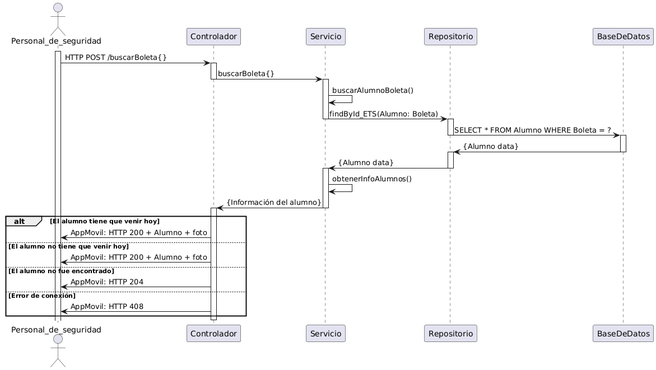
Before: Secuencia/CU-13.png, a diagram exported from PlantUML (Jajr16/DocumentacionTT).
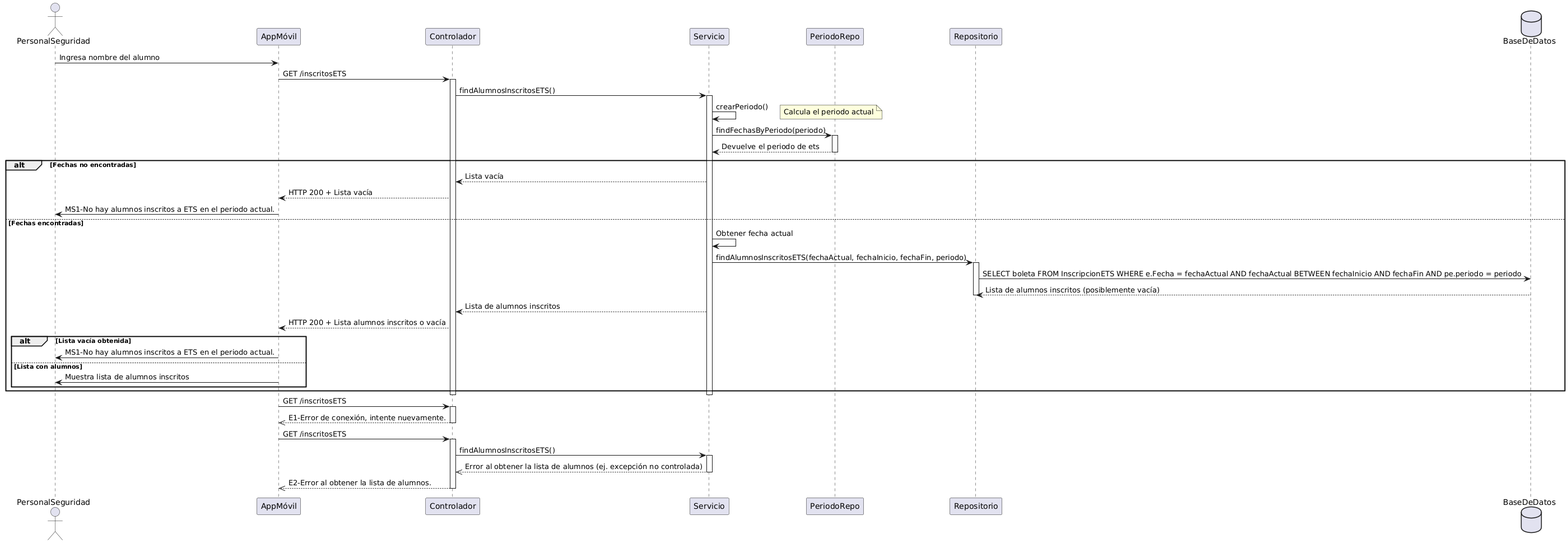
After the commit.

The edit, as a diff of the source:
```diff
@@ -1,58 +1,64 @@
 @startuml
-actor Personal_de_seguridad as AppMovil
+actor "PersonalSeguridad" as Seguridad
+participant "AppMóvil" as App
 participant Controlador
 participant Servicio
+participant PeriodoRepo
 participant Repositorio
-participant BaseDeDatos as BD
+database BaseDeDatos
 
-activate AppMovil
-AppMovil -> Controlador: HTTP POST /buscarBoleta{}
+Seguridad -> App : Ingresa nombre del alumno
 
-Activate Controlador
-Controlador -> Servicio: buscarBoleta{}
-Deactivate Controlador
-
-Activate Servicio
-Servicio -> Servicio: buscarAlumnoBoleta()
-
-Servicio -> Repositorio: findById_ETS(Alumno: Boleta)
-Deactivate Servicio
-Activate Repositorio
-Repositorio -> BD: SELECT * FROM Alumno WHERE Boleta = ?
-
-Deactivate Repositorio
-
-Activate BD
-BD->Repositorio:{Alumno data}
-Deactivate BD
-
-
-Activate Repositorio
-Repositorio -> Servicio: {Alumno data}
-Deactivate Repositorio
-Activate Servicio
-
-Servicio-> Servicio: obtenerInfoAlumnos()
-
-
-
-
-Servicio -> Controlador: {Información del alumno}
-Deactivate Servicio
+App -> Controlador : GET /inscritosETS
 activate Controlador
 
+Controlador -> Servicio : findAlumnosInscritosETS()
+activate Servicio
 
-alt El alumno tiene que venir hoy
+Servicio -> Servicio : crearPeriodo()
+note right
+Calcula el periodo actual
+end note
 
-Controlador -> AppMovil: AppMovil: HTTP 200 + Alumno + foto
-else El alumno no tiene que venir hoy
-Controlador -> AppMovil: AppMovil: HTTP 200 + Alumno + foto
-else El alumno no fue encontrado
-Controlador -> AppMovil: AppMovil: HTTP 204
-else Error de conexión
-Controlador -> AppMovil: AppMovil: HTTP 408
+Servicio -> PeriodoRepo : findFechasByPeriodo(periodo)
+activate PeriodoRepo
+PeriodoRepo --> Servicio : Devuelve el periodo de ets
+deactivate PeriodoRepo
 
+alt Fechas no encontradas
+    Servicio --> Controlador : Lista vacía
+    Controlador --> App : HTTP 200 + Lista vacía
+    App -> Seguridad : MS1-No hay alumnos inscritos a ETS en el periodo actual.
+else Fechas encontradas
+    Servicio -> Servicio : Obtener fecha actual
+    Servicio -> Repositorio : findAlumnosInscritosETS(fechaActual, fechaInicio, fechaFin, periodo)
+    activate Repositorio
+    Repositorio -> BaseDeDatos : SELECT boleta FROM InscripcionETS WHERE e.Fecha = fechaActual AND fechaActual BETWEEN fechaInicio AND fechaFin AND pe.periodo = periodo
+    BaseDeDatos --> Repositorio : Lista de alumnos inscritos (posiblemente vacía)
+    deactivate Repositorio
+    Servicio --> Controlador : Lista de alumnos inscritos
+    Controlador --> App : HTTP 200 + Lista alumnos inscritos o vacía
+    alt Lista vacía obtenida
+        App -> Seguridad : MS1-No hay alumnos inscritos a ETS en el periodo actual.
+    else Lista con alumnos
+        App -> Seguridad : Muestra lista de alumnos inscritos
+    end
 end
 
-Deactivate Controlador
+deactivate Servicio
+deactivate Controlador
+
+App -> Controlador : GET /inscritosETS
+activate Controlador
+Controlador -->> App : E1-Error de conexión, intente nuevamente.
+deactivate Controlador
+
+App -> Controlador : GET /inscritosETS
+activate Controlador
+Controlador -> Servicio : findAlumnosInscritosETS()
+activate Servicio
+Servicio -->> Controlador : Error al obtener la lista de alumnos (ej. excepción no controlada)
+deactivate Servicio
+Controlador -->> App : E2-Error al obtener la lista de alumnos.
+deactivate Controlador
 @enduml
```
